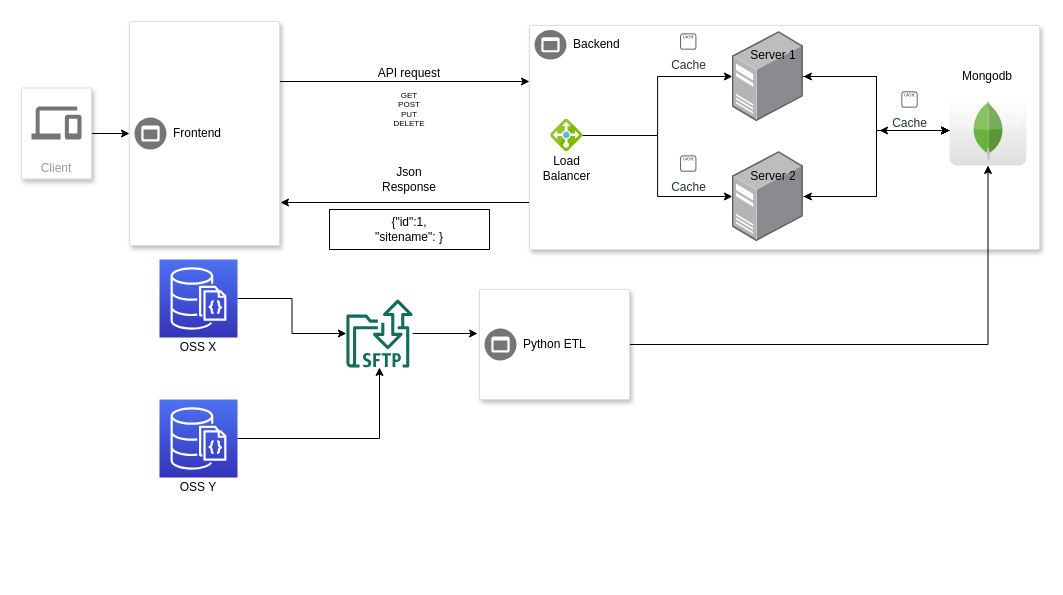
greenbird90/myproject keeps this draw.io diagram as Existing Diagram.drawio. Above is the earlier version. Source tidied: cells renumbered, new cells numbered last; positions are measured from the earlier drawing's top-left corner, leaving out a move shared by most shapes. Both pictures are drawn from the tidied source at 100%, with x=0, y=0 at pixel (21, 21).
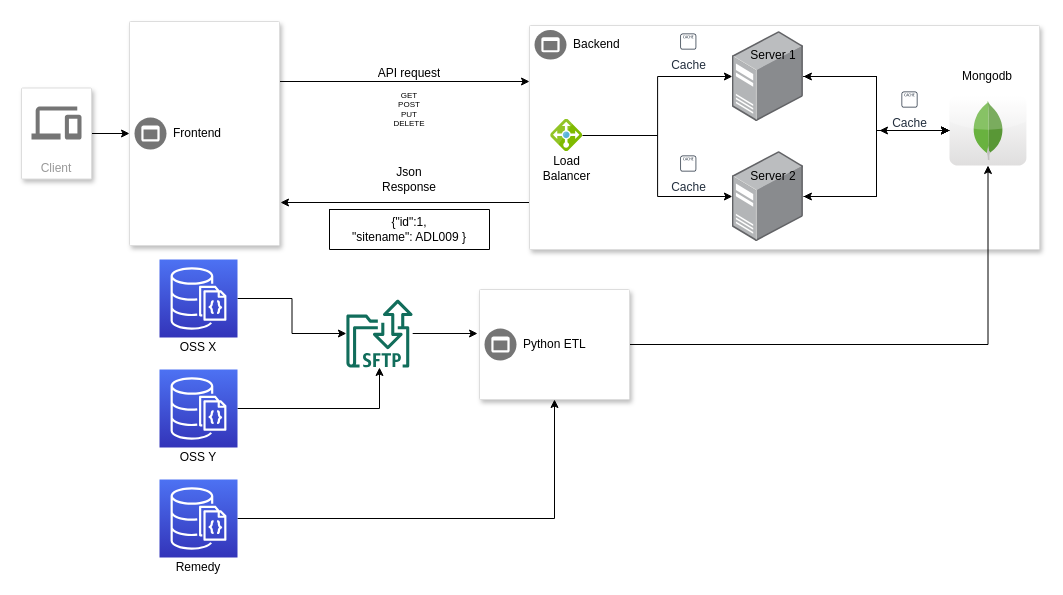
The same diagram, later.

Unchanged cells that the change refers to:
```xml
<mxCell id="31" style="strokeColor=#dddddd;shadow=1;strokeWidth=1;rounded=1;absoluteArcSize=1;arcSize=2;" parent="1" vertex="1">
  <mxGeometry x="458" y="268" width="150" height="110" as="geometry" />
</mxCell>
<mxCell id="42" style="shape=partialRectangle;html=1;whiteSpace=wrap;fillColor=none;top=0;left=0;bottom=0;right=0;" parent="41" vertex="1">
  <mxGeometry width="160" height="40" as="geometry" />
</mxCell>
```

The edit, as a diff of the source:
```diff
@@
     <mxCell id="38" style="outlineConnect=0;fontColor=#232F3E;gradientColor=#4D72F3;gradientDirection=north;fillColor=#3334B9;strokeColor=#ffffff;dashed=0;verticalLabelPosition=bottom;verticalAlign=top;align=center;html=1;fontSize=12;fontStyle=0;shape=mxgraph.aws4.resourceIcon;resIcon=mxgraph.aws4.documentdb_with_mongodb_compatibility;" parent="1" vertex="1">
-      <mxGeometry x="138" y="378" width="78" height="78" as="geometry" />
+      <mxGeometry x="138" y="348" width="78" height="78" as="geometry" />
     </mxCell>
@@
     <mxCell id="40" value="OSS Y" style="text;html=1;strokeColor=none;fillColor=none;align=center;verticalAlign=middle;whiteSpace=wrap;rounded=0;" parent="1" vertex="1">
-      <mxGeometry x="157" y="456" width="40" height="20" as="geometry" />
+      <mxGeometry x="157" y="426" width="40" height="20" as="geometry" />
     </mxCell>
@@
-    <mxCell id="43" value="&lt;div&gt;{&quot;id&quot;:1,&lt;/div&gt;&lt;div&gt;&quot;sitename&quot;: }&lt;/div&gt;" style="shape=partialRectangle;html=1;whiteSpace=wrap;overflow=hidden;fillColor=none;top=0;left=0;bottom=0;right=0;" parent="42" vertex="1">
+    <mxCell id="43" value="&lt;div&gt;{&quot;id&quot;:1,&lt;/div&gt;&lt;div&gt;&quot;sitename&quot;: ADL009 }&lt;/div&gt;" style="shape=partialRectangle;html=1;whiteSpace=wrap;overflow=hidden;fillColor=none;top=0;left=0;bottom=0;right=0;" parent="42" vertex="1">
       <mxGeometry width="160" height="40" as="geometry" />
     </mxCell>
@@
+    <mxCell id="54" style="edgeStyle=orthogonalEdgeStyle;rounded=0;jettySize=auto;html=1;entryX=0.5;entryY=1;entryDx=0;entryDy=0;" parent="1" edge="1" source="55" target="31">
+      <mxGeometry relative="1" as="geometry" />
+    </mxCell>
+    <mxCell id="55" style="outlineConnect=0;fontColor=#232F3E;gradientColor=#4D72F3;gradientDirection=north;fillColor=#3334B9;strokeColor=#ffffff;dashed=0;verticalLabelPosition=bottom;verticalAlign=top;align=center;html=1;fontSize=12;fontStyle=0;shape=mxgraph.aws4.resourceIcon;resIcon=mxgraph.aws4.documentdb_with_mongodb_compatibility;" parent="1" vertex="1">
+      <mxGeometry x="138" y="458" width="78" height="78" as="geometry" />
+    </mxCell>
+    <mxCell id="56" value="Remedy" style="text;html=1;strokeColor=none;fillColor=none;align=center;verticalAlign=middle;whiteSpace=wrap;rounded=0;" parent="1" vertex="1">
+      <mxGeometry x="157" y="536" width="40" height="20" as="geometry" />
+    </mxCell>
```
